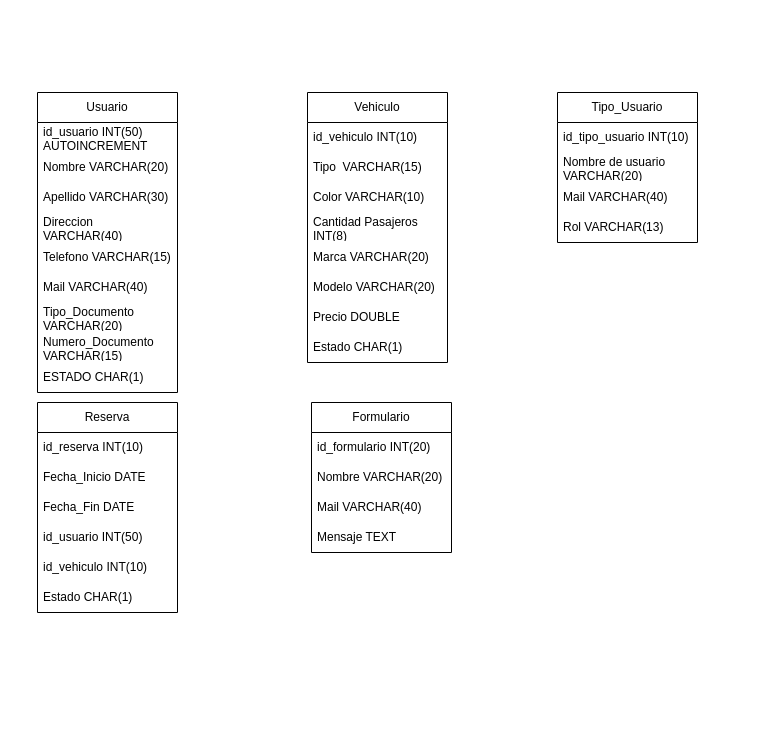
Above: Documentacion/Base_Datos/normalizacion.drawio in LorenzoAzanza/asdasd (draw.io), before the change. Source tidied: cells renumbered, new cells numbered last; positions are measured from the earlier drawing's top-left corner, leaving out a move shared by most shapes. Both pictures are drawn from the tidied source at 100%, with x=0, y=0 at pixel (37, 92).
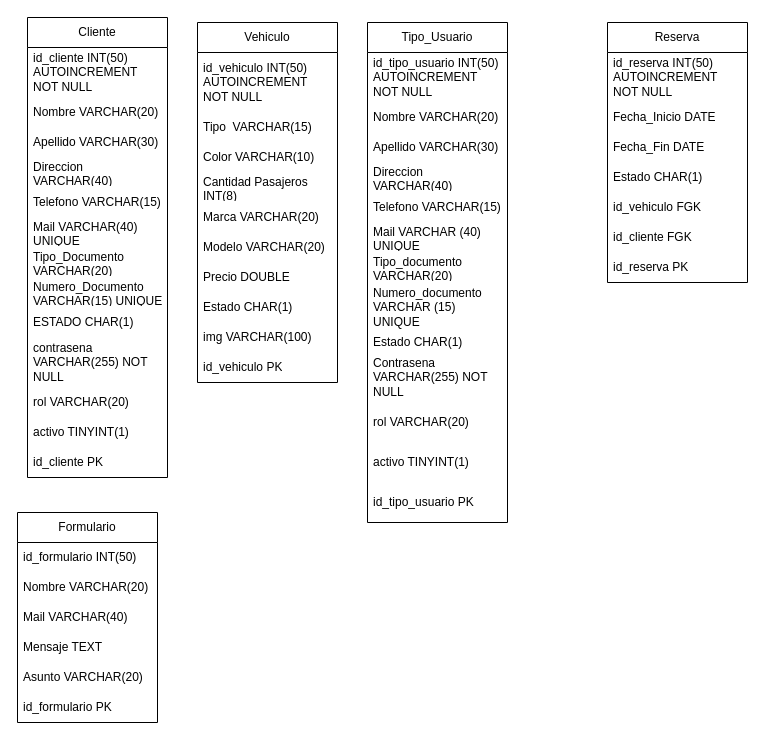
The same diagram, later.

What changed in the source:
```diff
@@
-    <mxCell id="2" value="Usuario" style="swimlane;fontStyle=0;horizontal=1;startSize=30;whiteSpace=wrap;html=1;" parent="1" vertex="1">
-      <mxGeometry width="140" height="300" as="geometry" />
+    <mxCell id="2" value="Cliente" style="swimlane;fontStyle=0;horizontal=1;startSize=30;whiteSpace=wrap;html=1;" parent="1" vertex="1">
+      <mxGeometry x="-10" y="-75" width="140" height="460" as="geometry" />
     </mxCell>
-    <mxCell id="3" value="id_usuario INT(50) AUTOINCREMENT" style="text;strokeColor=none;fillColor=none;align=left;verticalAlign=middle;spacingLeft=4;spacingRight=4;overflow=hidden;whiteSpace=wrap;html=1;" parent="2" vertex="1">
-      <mxGeometry y="30" width="140" height="30" as="geometry" />
+    <mxCell id="3" value="id_cliente INT(50) AUTOINCREMENT NOT NULL" style="text;strokeColor=none;fillColor=none;align=left;verticalAlign=middle;spacingLeft=4;spacingRight=4;overflow=hidden;whiteSpace=wrap;html=1;" parent="2" vertex="1">
+      <mxGeometry y="30" width="140" height="50" as="geometry" />
     </mxCell>
     <mxCell id="4" value="Nombre VARCHAR(20)" style="text;strokeColor=none;fillColor=none;align=left;verticalAlign=middle;spacingLeft=4;spacingRight=4;overflow=hidden;whiteSpace=wrap;html=1;" parent="2" vertex="1">
-      <mxGeometry y="60" width="140" height="30" as="geometry" />
+      <mxGeometry y="80" width="140" height="30" as="geometry" />
     </mxCell>
     <mxCell id="5" value="Apellido VARCHAR(30)" style="text;strokeColor=none;fillColor=none;align=left;verticalAlign=middle;spacingLeft=4;spacingRight=4;overflow=hidden;whiteSpace=wrap;html=1;" parent="2" vertex="1">
-      <mxGeometry y="90" width="140" height="30" as="geometry" />
+      <mxGeometry y="110" width="140" height="30" as="geometry" />
     </mxCell>
     <mxCell id="6" value="Direccion VARCHAR(40)" style="text;strokeColor=none;fillColor=none;align=left;verticalAlign=middle;spacingLeft=4;spacingRight=4;overflow=hidden;whiteSpace=wrap;html=1;" parent="2" vertex="1">
-      <mxGeometry y="120" width="140" height="30" as="geometry" />
+      <mxGeometry y="140" width="140" height="30" as="geometry" />
     </mxCell>
     <mxCell id="7" value="Telefono VARCHAR(15)" style="text;strokeColor=none;fillColor=none;align=left;verticalAlign=middle;spacingLeft=4;spacingRight=4;overflow=hidden;whiteSpace=wrap;html=1;" parent="2" vertex="1">
-      <mxGeometry y="150" width="140" height="30" as="geometry" />
+      <mxGeometry y="170" width="140" height="30" as="geometry" />
     </mxCell>
-    <mxCell id="8" value="Mail VARCHAR(40)" style="text;strokeColor=none;fillColor=none;align=left;verticalAlign=middle;spacingLeft=4;spacingRight=4;overflow=hidden;whiteSpace=wrap;html=1;" parent="2" vertex="1">
-      <mxGeometry y="180" width="140" height="30" as="geometry" />
+    <mxCell id="8" value="Mail VARCHAR(40) UNIQUE" style="text;strokeColor=none;fillColor=none;align=left;verticalAlign=middle;spacingLeft=4;spacingRight=4;overflow=hidden;whiteSpace=wrap;html=1;" parent="2" vertex="1">
+      <mxGeometry y="200" width="140" height="30" as="geometry" />
     </mxCell>
     <mxCell id="9" value="Tipo_Documento VARCHAR(20)" style="text;strokeColor=none;fillColor=none;align=left;verticalAlign=middle;spacingLeft=4;spacingRight=4;overflow=hidden;whiteSpace=wrap;html=1;" parent="2" vertex="1">
-      <mxGeometry y="210" width="140" height="30" as="geometry" />
+      <mxGeometry y="230" width="140" height="30" as="geometry" />
     </mxCell>
-    <mxCell id="10" value="Numero_Documento VARCHAR(15)" style="text;strokeColor=none;fillColor=none;align=left;verticalAlign=middle;spacingLeft=4;spacingRight=4;overflow=hidden;whiteSpace=wrap;html=1;" parent="2" vertex="1">
-      <mxGeometry y="240" width="140" height="30" as="geometry" />
+    <mxCell id="10" value="Numero_Documento VARCHAR(15) UNIQUE" style="text;strokeColor=none;fillColor=none;align=left;verticalAlign=middle;spacingLeft=4;spacingRight=4;overflow=hidden;whiteSpace=wrap;html=1;" parent="2" vertex="1">
+      <mxGeometry y="260" width="140" height="30" as="geometry" />
     </mxCell>
     <mxCell id="11" value="ESTADO CHAR(1)" style="text;strokeColor=none;fillColor=none;align=left;verticalAlign=middle;spacingLeft=4;spacingRight=4;overflow=hidden;whiteSpace=wrap;html=1;" parent="2" vertex="1">
-      <mxGeometry y="270" width="140" height="30" as="geometry" />
+      <mxGeometry y="290" width="140" height="30" as="geometry" />
     </mxCell>
+    <mxCell id="38" value="contrasena VARCHAR(255) NOT NULL" style="text;strokeColor=none;fillColor=none;align=left;verticalAlign=middle;spacingLeft=4;spacingRight=4;overflow=hidden;whiteSpace=wrap;html=1;" parent="2" vertex="1">
+      <mxGeometry y="320" width="140" height="50" as="geometry" />
+    </mxCell>
+    <mxCell id="39" value="rol VARCHAR(20)" style="text;strokeColor=none;fillColor=none;align=left;verticalAlign=middle;spacingLeft=4;spacingRight=4;overflow=hidden;whiteSpace=wrap;html=1;" parent="2" vertex="1">
+      <mxGeometry y="370" width="140" height="30" as="geometry" />
+    </mxCell>
+    <mxCell id="40" value="activo TINYINT(1)" style="text;strokeColor=none;fillColor=none;align=left;verticalAlign=middle;spacingLeft=4;spacingRight=4;overflow=hidden;whiteSpace=wrap;html=1;" parent="2" vertex="1">
+      <mxGeometry y="400" width="140" height="30" as="geometry" />
+    </mxCell>
+    <mxCell id="41" value="id_cliente PK" style="text;strokeColor=none;fillColor=none;align=left;verticalAlign=middle;spacingLeft=4;spacingRight=4;overflow=hidden;whiteSpace=wrap;html=1;" parent="2" vertex="1">
+      <mxGeometry y="430" width="140" height="30" as="geometry" />
+    </mxCell>
     <mxCell id="12" value="Vehiculo" style="swimlane;fontStyle=0;horizontal=1;startSize=30;whiteSpace=wrap;html=1;" parent="1" vertex="1">
-      <mxGeometry x="270" width="140" height="270" as="geometry" />
+      <mxGeometry x="160" y="-70" width="140" height="360" as="geometry" />
     </mxCell>
-    <mxCell id="13" value="id_vehiculo INT(10)" style="text;strokeColor=none;fillColor=none;align=left;verticalAlign=middle;spacingLeft=4;spacingRight=4;overflow=hidden;whiteSpace=wrap;html=1;" parent="12" vertex="1">
-      <mxGeometry y="30" width="140" height="30" as="geometry" />
+    <mxCell id="13" value="id_vehiculo INT(50) AUTOINCREMENT NOT NULL" style="text;strokeColor=none;fillColor=none;align=left;verticalAlign=middle;spacingLeft=4;spacingRight=4;overflow=hidden;whiteSpace=wrap;html=1;" parent="12" vertex="1">
+      <mxGeometry y="30" width="140" height="60" as="geometry" />
     </mxCell>
     <mxCell id="14" value="Tipo&amp;nbsp; VARCHAR(15)" style="text;strokeColor=none;fillColor=none;align=left;verticalAlign=middle;spacingLeft=4;spacingRight=4;overflow=hidden;whiteSpace=wrap;html=1;" parent="12" vertex="1">
-      <mxGeometry y="60" width="140" height="30" as="geometry" />
+      <mxGeometry y="90" width="140" height="30" as="geometry" />
     </mxCell>
     <mxCell id="15" value="Color VARCHAR(10)" style="text;strokeColor=none;fillColor=none;align=left;verticalAlign=middle;spacingLeft=4;spacingRight=4;overflow=hidden;whiteSpace=wrap;html=1;" parent="12" vertex="1">
-      <mxGeometry y="90" width="140" height="30" as="geometry" />
+      <mxGeometry y="120" width="140" height="30" as="geometry" />
     </mxCell>
     <mxCell id="16" value="Cantidad Pasajeros INT(8)" style="text;strokeColor=none;fillColor=none;align=left;verticalAlign=middle;spacingLeft=4;spacingRight=4;overflow=hidden;whiteSpace=wrap;html=1;" parent="12" vertex="1">
-      <mxGeometry y="120" width="140" height="30" as="geometry" />
+      <mxGeometry y="150" width="140" height="30" as="geometry" />
     </mxCell>
     <mxCell id="17" value="Marca VARCHAR(20)" style="text;strokeColor=none;fillColor=none;align=left;verticalAlign=middle;spacingLeft=4;spacingRight=4;overflow=hidden;whiteSpace=wrap;html=1;" parent="12" vertex="1">
-      <mxGeometry y="150" width="140" height="30" as="geometry" />
+      <mxGeometry y="180" width="140" height="30" as="geometry" />
     </mxCell>
     <mxCell id="18" value="Modelo VARCHAR(20)" style="text;strokeColor=none;fillColor=none;align=left;verticalAlign=middle;spacingLeft=4;spacingRight=4;overflow=hidden;whiteSpace=wrap;html=1;" parent="12" vertex="1">
-      <mxGeometry y="180" width="140" height="30" as="geometry" />
+      <mxGeometry y="210" width="140" height="30" as="geometry" />
     </mxCell>
     <mxCell id="19" value="Precio DOUBLE" style="text;strokeColor=none;fillColor=none;align=left;verticalAlign=middle;spacingLeft=4;spacingRight=4;overflow=hidden;whiteSpace=wrap;html=1;" parent="12" vertex="1">
-      <mxGeometry y="210" width="140" height="30" as="geometry" />
+      <mxGeometry y="240" width="140" height="30" as="geometry" />
     </mxCell>
     <mxCell id="20" value="Estado CHAR(1)" style="text;strokeColor=none;fillColor=none;align=left;verticalAlign=middle;spacingLeft=4;spacingRight=4;overflow=hidden;whiteSpace=wrap;html=1;" parent="12" vertex="1">
-      <mxGeometry y="240" width="140" height="30" as="geometry" />
+      <mxGeometry y="270" width="140" height="30" as="geometry" />
     </mxCell>
+    <mxCell id="42" value="img VARCHAR(100)" style="text;strokeColor=none;fillColor=none;align=left;verticalAlign=middle;spacingLeft=4;spacingRight=4;overflow=hidden;whiteSpace=wrap;html=1;" parent="12" vertex="1">
+      <mxGeometry y="300" width="140" height="30" as="geometry" />
+    </mxCell>
+    <mxCell id="43" value="id_vehiculo PK" style="text;strokeColor=none;fillColor=none;align=left;verticalAlign=middle;spacingLeft=4;spacingRight=4;overflow=hidden;whiteSpace=wrap;html=1;" parent="12" vertex="1">
+      <mxGeometry y="330" width="140" height="30" as="geometry" />
+    </mxCell>
     <mxCell id="21" value="Reserva" style="swimlane;fontStyle=0;horizontal=1;startSize=30;whiteSpace=wrap;html=1;" parent="1" vertex="1">
-      <mxGeometry y="310" width="140" height="210" as="geometry" />
+      <mxGeometry x="570" y="-70" width="140" height="260" as="geometry" />
     </mxCell>
-    <mxCell id="22" value="id_reserva INT(10)" style="text;strokeColor=none;fillColor=none;align=left;verticalAlign=middle;spacingLeft=4;spacingRight=4;overflow=hidden;whiteSpace=wrap;html=1;" parent="21" vertex="1">
-      <mxGeometry y="30" width="140" height="30" as="geometry" />
+    <mxCell id="22" value="id_reserva INT(50) AUTOINCREMENT NOT NULL" style="text;strokeColor=none;fillColor=none;align=left;verticalAlign=middle;spacingLeft=4;spacingRight=4;overflow=hidden;whiteSpace=wrap;html=1;" parent="21" vertex="1">
+      <mxGeometry y="30" width="140" height="50" as="geometry" />
     </mxCell>
     <mxCell id="23" value="Fecha_Inicio DATE" style="text;strokeColor=none;fillColor=none;align=left;verticalAlign=middle;spacingLeft=4;spacingRight=4;overflow=hidden;whiteSpace=wrap;html=1;" parent="21" vertex="1">
-      <mxGeometry y="60" width="140" height="30" as="geometry" />
+      <mxGeometry y="80" width="140" height="30" as="geometry" />
     </mxCell>
     <mxCell id="24" value="Fecha_Fin DATE" style="text;strokeColor=none;fillColor=none;align=left;verticalAlign=middle;spacingLeft=4;spacingRight=4;overflow=hidden;whiteSpace=wrap;html=1;" parent="21" vertex="1">
-      <mxGeometry y="90" width="140" height="30" as="geometry" />
+      <mxGeometry y="110" width="140" height="30" as="geometry" />
     </mxCell>
-    <mxCell id="25" value="id_usuario INT(50)" style="text;strokeColor=none;fillColor=none;align=left;verticalAlign=middle;spacingLeft=4;spacingRight=4;overflow=hidden;whiteSpace=wrap;html=1;" parent="21" vertex="1">
-      <mxGeometry y="120" width="140" height="30" as="geometry" />
+    <mxCell id="25" value="Estado CHAR(1)" style="text;strokeColor=none;fillColor=none;align=left;verticalAlign=middle;spacingLeft=4;spacingRight=4;overflow=hidden;whiteSpace=wrap;html=1;" parent="21" vertex="1">
+      <mxGeometry y="140" width="140" height="30" as="geometry" />
     </mxCell>
-    <mxCell id="26" value="id_vehiculo INT(10)" style="text;strokeColor=none;fillColor=none;align=left;verticalAlign=middle;spacingLeft=4;spacingRight=4;overflow=hidden;whiteSpace=wrap;html=1;" parent="21" vertex="1">
-      <mxGeometry y="150" width="140" height="30" as="geometry" />
+    <mxCell id="26" value="id_vehiculo FGK" style="text;strokeColor=none;fillColor=none;align=left;verticalAlign=middle;spacingLeft=4;spacingRight=4;overflow=hidden;whiteSpace=wrap;html=1;" parent="21" vertex="1">
+      <mxGeometry y="170" width="140" height="30" as="geometry" />
     </mxCell>
-    <mxCell id="27" value="Estado CHAR(1)" style="text;strokeColor=none;fillColor=none;align=left;verticalAlign=middle;spacingLeft=4;spacingRight=4;overflow=hidden;whiteSpace=wrap;html=1;" parent="21" vertex="1">
-      <mxGeometry y="180" width="140" height="30" as="geometry" />
+    <mxCell id="27" value="id_cliente FGK" style="text;strokeColor=none;fillColor=none;align=left;verticalAlign=middle;spacingLeft=4;spacingRight=4;overflow=hidden;whiteSpace=wrap;html=1;" parent="21" vertex="1">
+      <mxGeometry y="200" width="140" height="30" as="geometry" />
     </mxCell>
+    <mxCell id="44" value="id_reserva PK" style="text;strokeColor=none;fillColor=none;align=left;verticalAlign=middle;spacingLeft=4;spacingRight=4;overflow=hidden;whiteSpace=wrap;html=1;" parent="21" vertex="1">
+      <mxGeometry y="230" width="140" height="30" as="geometry" />
+    </mxCell>
     <mxCell id="28" value="Formulario" style="swimlane;fontStyle=0;horizontal=1;startSize=30;whiteSpace=wrap;html=1;" parent="1" vertex="1">
-      <mxGeometry x="274" y="310" width="140" height="150" as="geometry" />
+      <mxGeometry x="-20" y="420" width="140" height="210" as="geometry" />
     </mxCell>
-    <mxCell id="29" value="id_formulario INT(20)" style="text;strokeColor=none;fillColor=none;align=left;verticalAlign=middle;spacingLeft=4;spacingRight=4;overflow=hidden;whiteSpace=wrap;html=1;" parent="28" vertex="1">
+    <mxCell id="29" value="id_formulario INT(50)" style="text;strokeColor=none;fillColor=none;align=left;verticalAlign=middle;spacingLeft=4;spacingRight=4;overflow=hidden;whiteSpace=wrap;html=1;" parent="28" vertex="1">
       <mxGeometry y="30" width="140" height="30" as="geometry" />
     </mxCell>
@@
+    <mxCell id="45" value="Asunto VARCHAR(20)" style="text;strokeColor=none;fillColor=none;align=left;verticalAlign=middle;spacingLeft=4;spacingRight=4;overflow=hidden;whiteSpace=wrap;html=1;" parent="28" vertex="1">
+      <mxGeometry y="150" width="140" height="30" as="geometry" />
+    </mxCell>
+    <mxCell id="46" value="id_formulario PK" style="text;strokeColor=none;fillColor=none;align=left;verticalAlign=middle;spacingLeft=4;spacingRight=4;overflow=hidden;whiteSpace=wrap;html=1;" parent="28" vertex="1">
+      <mxGeometry y="180" width="140" height="30" as="geometry" />
+    </mxCell>
     <mxCell id="33" value="Tipo_Usuario" style="swimlane;fontStyle=0;horizontal=1;startSize=30;whiteSpace=wrap;html=1;" parent="1" vertex="1">
-      <mxGeometry x="520" width="140" height="150" as="geometry" />
+      <mxGeometry x="330" y="-70" width="140" height="500" as="geometry" />
     </mxCell>
-    <mxCell id="34" value="id_tipo_usuario INT(10)" style="text;strokeColor=none;fillColor=none;align=left;verticalAlign=middle;spacingLeft=4;spacingRight=4;overflow=hidden;whiteSpace=wrap;html=1;" parent="33" vertex="1">
-      <mxGeometry y="30" width="140" height="30" as="geometry" />
+    <mxCell id="34" value="id_tipo_usuario INT(50) AUTOINCREMENT NOT NULL" style="text;strokeColor=none;fillColor=none;align=left;verticalAlign=middle;spacingLeft=4;spacingRight=4;overflow=hidden;whiteSpace=wrap;html=1;" parent="33" vertex="1">
+      <mxGeometry y="30" width="140" height="50" as="geometry" />
     </mxCell>
-    <mxCell id="35" value="Nombre de usuario VARCHAR(20)" style="text;strokeColor=none;fillColor=none;align=left;verticalAlign=middle;spacingLeft=4;spacingRight=4;overflow=hidden;whiteSpace=wrap;html=1;" parent="33" vertex="1">
-      <mxGeometry y="60" width="140" height="30" as="geometry" />
+    <mxCell id="35" value="Nombre VARCHAR(20)" style="text;strokeColor=none;fillColor=none;align=left;verticalAlign=middle;spacingLeft=4;spacingRight=4;overflow=hidden;whiteSpace=wrap;html=1;" parent="33" vertex="1">
+      <mxGeometry y="80" width="140" height="30" as="geometry" />
     </mxCell>
-    <mxCell id="36" value="Mail VARCHAR(40)" style="text;strokeColor=none;fillColor=none;align=left;verticalAlign=middle;spacingLeft=4;spacingRight=4;overflow=hidden;whiteSpace=wrap;html=1;" parent="33" vertex="1">
-      <mxGeometry y="90" width="140" height="30" as="geometry" />
+    <mxCell id="36" value="Apellido VARCHAR(30)" style="text;strokeColor=none;fillColor=none;align=left;verticalAlign=middle;spacingLeft=4;spacingRight=4;overflow=hidden;whiteSpace=wrap;html=1;" parent="33" vertex="1">
+      <mxGeometry y="110" width="140" height="30" as="geometry" />
     </mxCell>
-    <mxCell id="37" value="Rol VARCHAR(13)" style="text;strokeColor=none;fillColor=none;align=left;verticalAlign=middle;spacingLeft=4;spacingRight=4;overflow=hidden;whiteSpace=wrap;html=1;" parent="33" vertex="1">
-      <mxGeometry y="120" width="140" height="30" as="geometry" />
+    <mxCell id="37" value="Direccion VARCHAR(40)" style="text;strokeColor=none;fillColor=none;align=left;verticalAlign=middle;spacingLeft=4;spacingRight=4;overflow=hidden;whiteSpace=wrap;html=1;" parent="33" vertex="1">
+      <mxGeometry y="140" width="140" height="30" as="geometry" />
     </mxCell>
+    <mxCell id="47" value="Telefono VARCHAR(15)" style="text;strokeColor=none;fillColor=none;align=left;verticalAlign=middle;spacingLeft=4;spacingRight=4;overflow=hidden;whiteSpace=wrap;html=1;" parent="33" vertex="1">
+      <mxGeometry y="170" width="140" height="30" as="geometry" />
+    </mxCell>
+    <mxCell id="48" value="Mail VARCHAR (40) UNIQUE" style="text;strokeColor=none;fillColor=none;align=left;verticalAlign=middle;spacingLeft=4;spacingRight=4;overflow=hidden;whiteSpace=wrap;html=1;" parent="33" vertex="1">
+      <mxGeometry y="200" width="140" height="30" as="geometry" />
+    </mxCell>
+    <mxCell id="49" value="Tipo_documento VARCHAR(20)" style="text;strokeColor=none;fillColor=none;align=left;verticalAlign=middle;spacingLeft=4;spacingRight=4;overflow=hidden;whiteSpace=wrap;html=1;" parent="33" vertex="1">
+      <mxGeometry y="230" width="140" height="30" as="geometry" />
+    </mxCell>
+    <mxCell id="50" value="Numero_documento VARCHAR (15) UNIQUE" style="text;strokeColor=none;fillColor=none;align=left;verticalAlign=middle;spacingLeft=4;spacingRight=4;overflow=hidden;whiteSpace=wrap;html=1;" parent="33" vertex="1">
+      <mxGeometry y="260" width="140" height="50" as="geometry" />
+    </mxCell>
+    <mxCell id="51" value="Estado CHAR(1)" style="text;strokeColor=none;fillColor=none;align=left;verticalAlign=middle;spacingLeft=4;spacingRight=4;overflow=hidden;whiteSpace=wrap;html=1;" parent="33" vertex="1">
+      <mxGeometry y="310" width="140" height="20" as="geometry" />
+    </mxCell>
+    <mxCell id="52" value="Contrasena VARCHAR(255) NOT NULL" style="text;strokeColor=none;fillColor=none;align=left;verticalAlign=middle;spacingLeft=4;spacingRight=4;overflow=hidden;whiteSpace=wrap;html=1;" parent="33" vertex="1">
+      <mxGeometry y="330" width="140" height="50" as="geometry" />
+    </mxCell>
+    <mxCell id="53" value="rol VARCHAR(20)" style="text;strokeColor=none;fillColor=none;align=left;verticalAlign=middle;spacingLeft=4;spacingRight=4;overflow=hidden;whiteSpace=wrap;html=1;" parent="33" vertex="1">
+      <mxGeometry y="380" width="140" height="40" as="geometry" />
+    </mxCell>
+    <mxCell id="54" value="activo TINYINT(1)" style="text;strokeColor=none;fillColor=none;align=left;verticalAlign=middle;spacingLeft=4;spacingRight=4;overflow=hidden;whiteSpace=wrap;html=1;" parent="33" vertex="1">
+      <mxGeometry y="420" width="140" height="40" as="geometry" />
+    </mxCell>
+    <mxCell id="55" value="id_tipo_usuario PK" style="text;strokeColor=none;fillColor=none;align=left;verticalAlign=middle;spacingLeft=4;spacingRight=4;overflow=hidden;whiteSpace=wrap;html=1;" parent="33" vertex="1">
+      <mxGeometry y="460" width="140" height="40" as="geometry" />
+    </mxCell>
```
